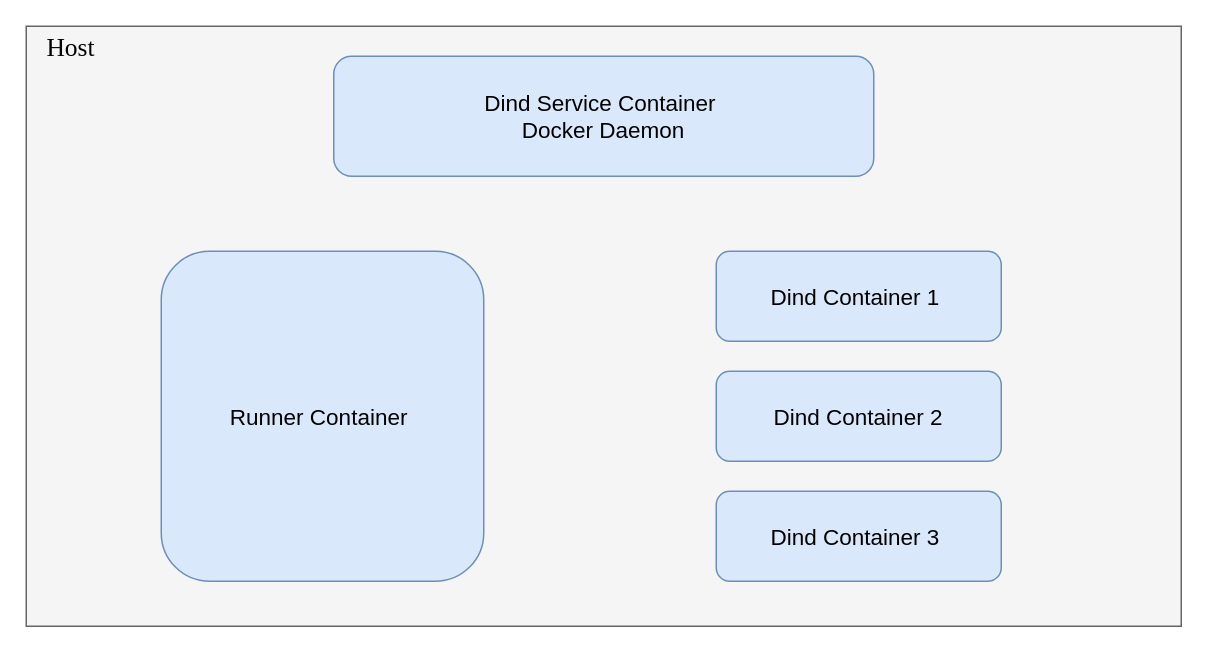
Earlier version of the draw.io diagram page "dind-arch-right" (2 of 2) of go-build-cache-dind.drawio (YanshanSong/draw.io). Source tidied: cells renumbered, new cells numbered last; positions are measured from the earlier drawing's top-left corner, leaving out a move shared by most shapes. Both pictures are drawn from the tidied source at 150%, with x=0, y=0 at pixel (26, 26).
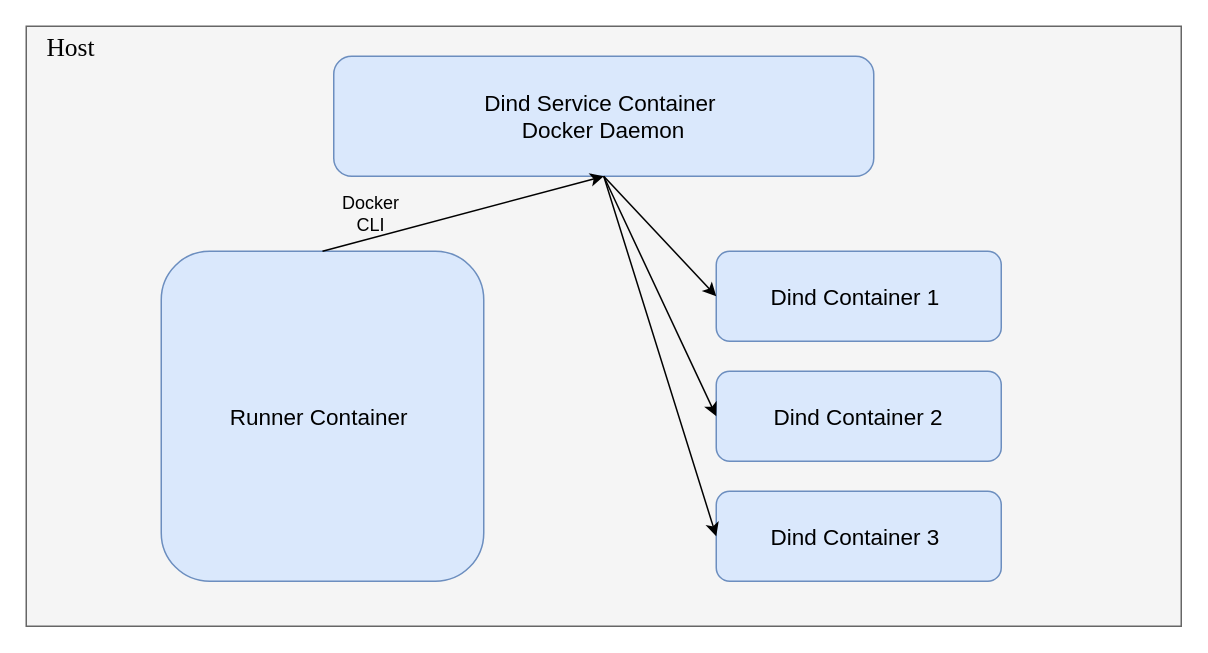
The same diagram, later.

Diff of the diagram source:
```diff
@@
 <mxGraphModel>
   <root>
     <mxCell id="0" />
     <mxCell id="1" parent="0" />
     <mxCell id="2" style="rounded=0;whiteSpace=wrap;html=1;fillColor=#f5f5f5;strokeColor=#666666;fontColor=#333333;" parent="1" vertex="1">
       <mxGeometry width="770" height="400" as="geometry" />
     </mxCell>
     <mxCell id="3" value="Dind Service Container&amp;nbsp;&lt;br&gt;Docker Daemon" style="rounded=1;whiteSpace=wrap;html=1;fontSize=15;fillColor=#dae8fc;strokeColor=#6c8ebf;" parent="1" vertex="1">
       <mxGeometry x="205" y="20" width="360" height="80" as="geometry" />
     </mxCell>
     <mxCell id="4" value="Host" style="text;html=1;strokeColor=none;fillColor=none;align=center;verticalAlign=middle;whiteSpace=wrap;rounded=0;fontFamily=Times New Roman;fontSize=17;" parent="1" vertex="1">
       <mxGeometry width="60" height="30" as="geometry" />
     </mxCell>
     <mxCell id="5" style="edgeStyle=orthogonalEdgeStyle;rounded=0;orthogonalLoop=1;jettySize=auto;html=1;exitX=0.5;exitY=1;exitDx=0;exitDy=0;" parent="1" edge="1" source="4" target="4">
       <mxGeometry relative="1" as="geometry" />
     </mxCell>
     <mxCell id="6" value="Runner Container&amp;nbsp;&lt;br&gt;" style="rounded=1;whiteSpace=wrap;html=1;fontSize=15;fillColor=#dae8fc;strokeColor=#6c8ebf;" parent="1" vertex="1">
       <mxGeometry x="90" y="150" width="215" height="220" as="geometry" />
     </mxCell>
     <mxCell id="7" value="Dind Container 1&amp;nbsp;&lt;br&gt;" style="rounded=1;whiteSpace=wrap;html=1;fontSize=15;fillColor=#dae8fc;strokeColor=#6c8ebf;" parent="1" vertex="1">
       <mxGeometry x="460" y="150" width="190" height="60" as="geometry" />
     </mxCell>
     <mxCell id="8" value="Dind Container 2" style="rounded=1;whiteSpace=wrap;html=1;fontSize=15;fillColor=#dae8fc;strokeColor=#6c8ebf;" parent="1" vertex="1">
       <mxGeometry x="460" y="230" width="190" height="60" as="geometry" />
     </mxCell>
     <mxCell id="9" value="Dind Container 3&amp;nbsp;" style="rounded=1;whiteSpace=wrap;html=1;fontSize=15;fillColor=#dae8fc;strokeColor=#6c8ebf;" parent="1" vertex="1">
       <mxGeometry x="460" y="310" width="190" height="60" as="geometry" />
     </mxCell>
+    <mxCell id="10" style="endArrow=classic;html=1;rounded=0;exitX=0.5;exitY=0;exitDx=0;exitDy=0;entryX=0.5;entryY=1;entryDx=0;entryDy=0;" parent="1" edge="1" source="6" target="3">
+      <mxGeometry relative="1" as="geometry" />
+    </mxCell>
+    <mxCell id="11" value="Docker CLI" style="text;html=1;strokeColor=none;fillColor=none;align=center;verticalAlign=middle;whiteSpace=wrap;rounded=0;" parent="1" vertex="1">
+      <mxGeometry x="205" y="110" width="50" height="30" as="geometry" />
+    </mxCell>
+    <mxCell id="12" style="endArrow=classic;html=1;rounded=0;exitX=0.5;exitY=1;exitDx=0;exitDy=0;entryX=0;entryY=0.5;entryDx=0;entryDy=0;" parent="1" edge="1" source="3" target="7">
+      <mxGeometry relative="1" as="geometry" />
+    </mxCell>
+    <mxCell id="13" style="endArrow=classic;html=1;rounded=0;exitX=0.5;exitY=1;exitDx=0;exitDy=0;entryX=0;entryY=0.5;entryDx=0;entryDy=0;" parent="1" edge="1" source="3" target="8">
+      <mxGeometry relative="1" as="geometry" />
+    </mxCell>
+    <mxCell id="14" style="endArrow=classic;html=1;rounded=0;exitX=0.5;exitY=1;exitDx=0;exitDy=0;entryX=0;entryY=0.5;entryDx=0;entryDy=0;" parent="1" edge="1" source="3" target="9">
+      <mxGeometry relative="1" as="geometry" />
+    </mxCell>
   </root>
 </mxGraphModel>
```
